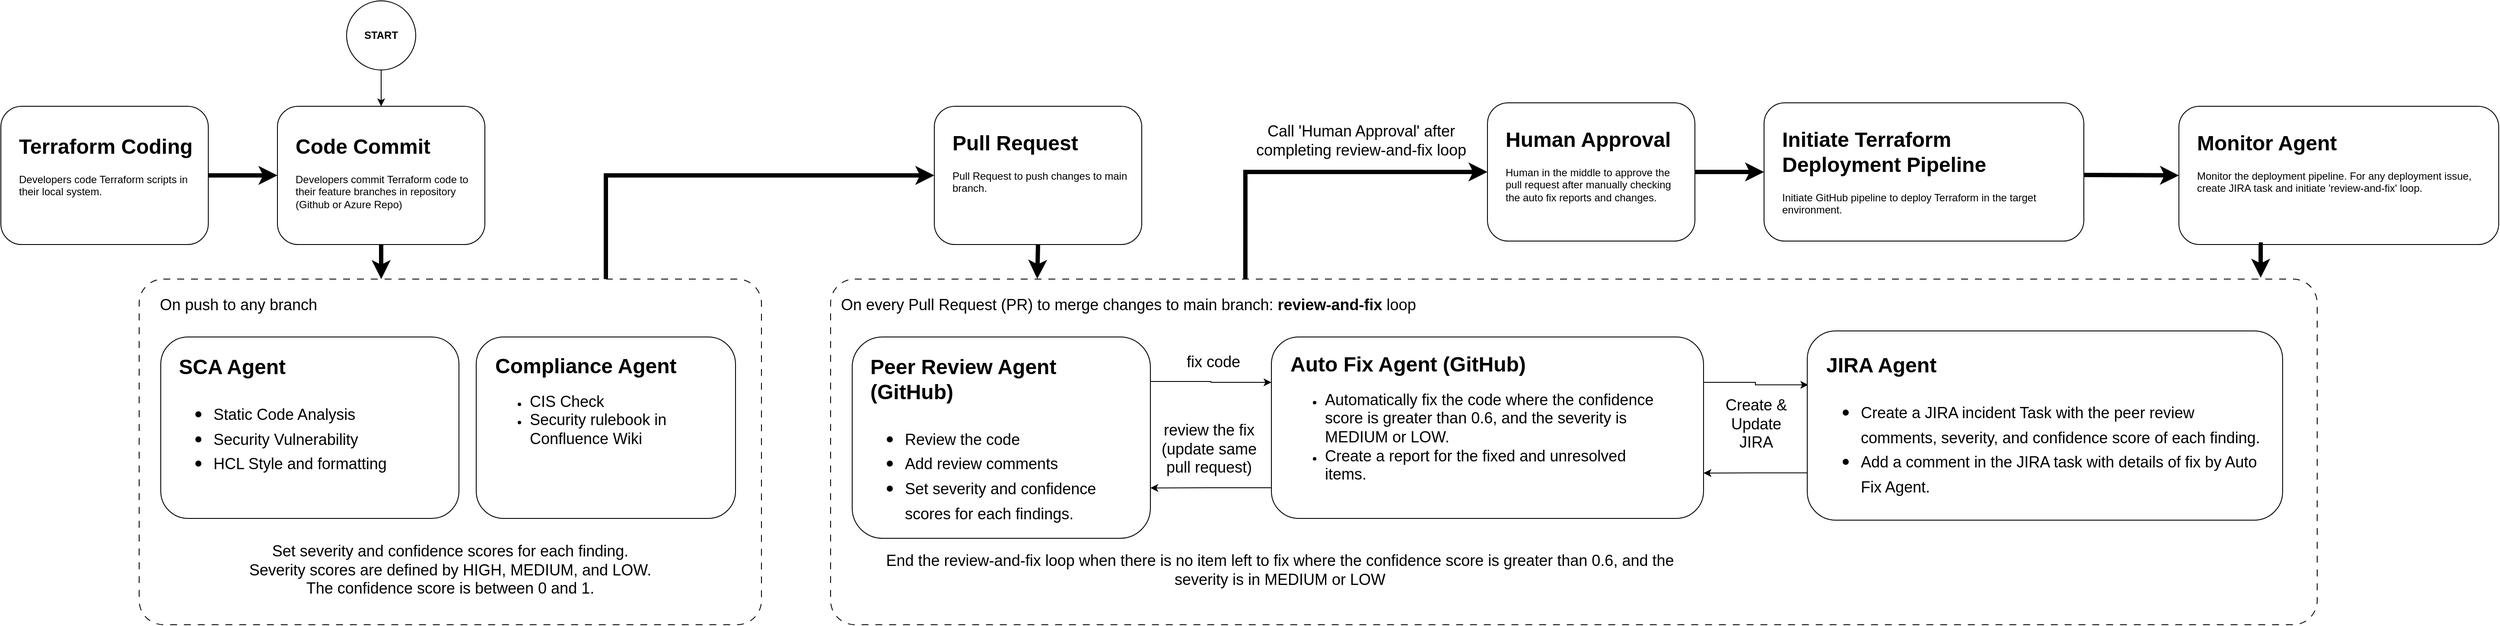
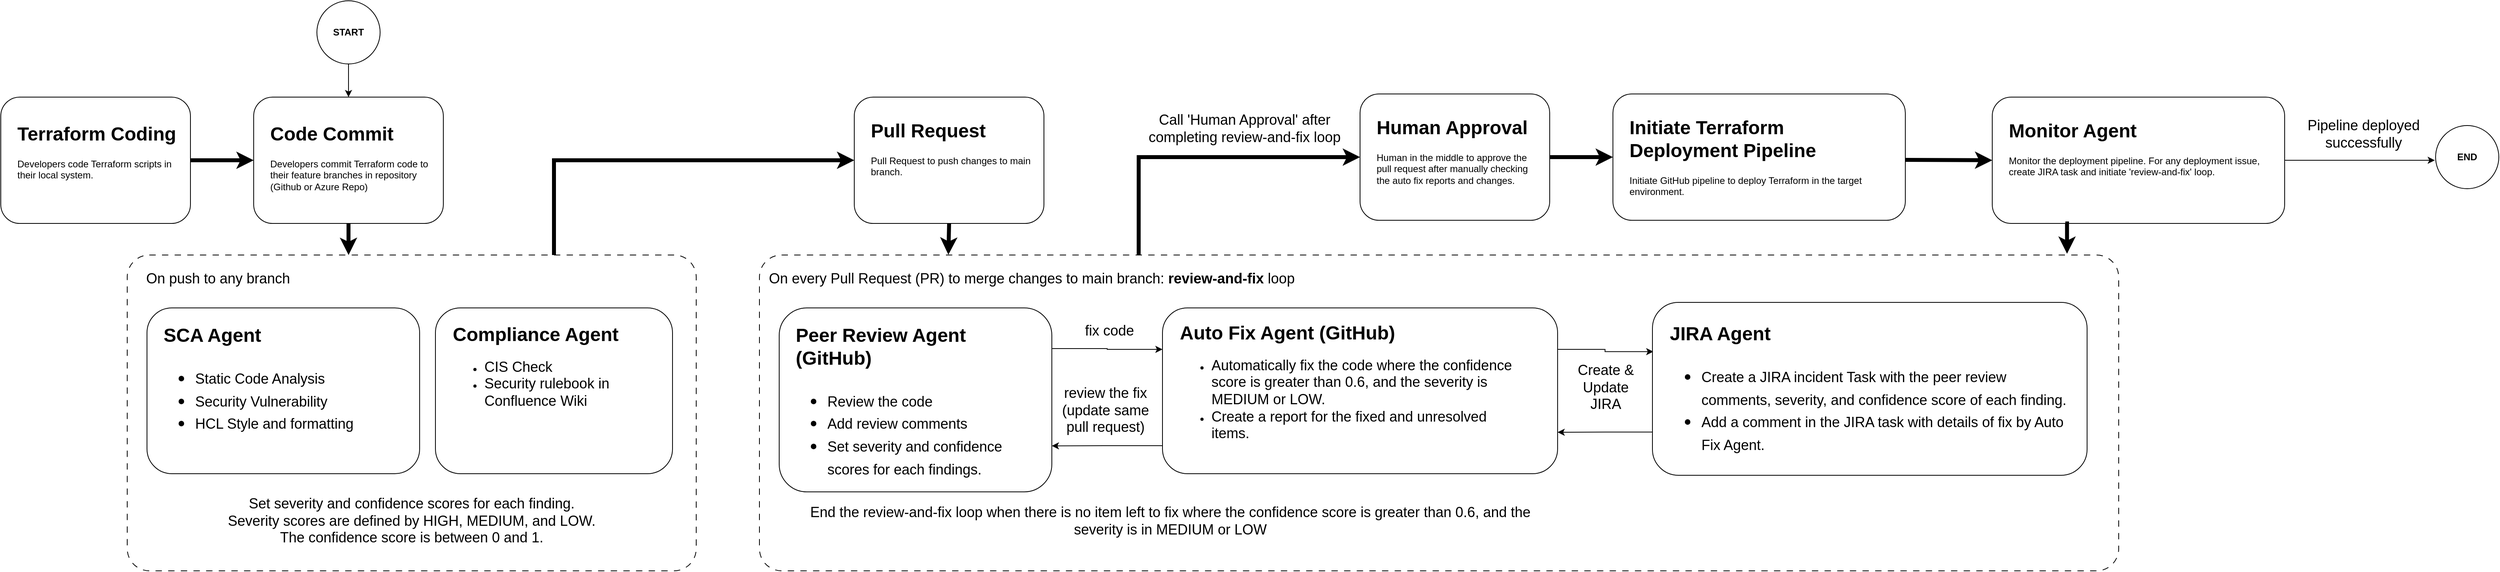
<mxfile host="app.diagrams.net">
  <diagram name="Page-1" id="llQ14HlxIDWXj9B5HY60">
    <mxGraphModel dx="1006" dy="638" grid="1" gridSize="10" guides="1" tooltips="1" connect="1" arrows="1" fold="1" page="1" pageScale="1" pageWidth="850" pageHeight="1100" math="0" shadow="0">
      <root>
        <mxCell id="0" />
        <mxCell id="1" parent="0" />
        <mxCell id="IWc9zJM8tDhvkjJ2dRjy-13" edge="1" parent="1" source="IWc9zJM8tDhvkjJ2dRjy-5" style="edgeStyle=orthogonalEdgeStyle;rounded=0;orthogonalLoop=1;jettySize=auto;html=1;entryX=0;entryY=0.5;entryDx=0;entryDy=0;exitX=0.75;exitY=0;exitDx=0;exitDy=0;strokeWidth=5;" target="IWc9zJM8tDhvkjJ2dRjy-1">
          <mxGeometry relative="1" as="geometry" />
        </mxCell>
        <mxCell id="oJW8UGhNAXkty13G2p3x-1" parent="1" style="rounded=1;whiteSpace=wrap;html=1;" value="" vertex="1">
          <mxGeometry height="160" width="240" x="440" y="200" as="geometry" />
        </mxCell>
        <mxCell id="oJW8UGhNAXkty13G2p3x-3" parent="1" style="text;html=1;whiteSpace=wrap;overflow=hidden;rounded=0;" value="&lt;h1 style=&quot;margin-top: 0px;&quot;&gt;Code Commit&lt;/h1&gt;&lt;p&gt;Developers commit Terraform code to their feature branches in repository (Github or Azure Repo)&lt;/p&gt;" vertex="1">
          <mxGeometry height="100" width="210" x="459" y="226" as="geometry" />
        </mxCell>
        <mxCell id="IWc9zJM8tDhvkjJ2dRjy-35" edge="1" parent="1" source="IWc9zJM8tDhvkjJ2dRjy-14" style="edgeStyle=orthogonalEdgeStyle;rounded=0;orthogonalLoop=1;jettySize=auto;html=1;entryX=0;entryY=0.5;entryDx=0;entryDy=0;exitX=0.279;exitY=0.025;exitDx=0;exitDy=0;exitPerimeter=0;strokeWidth=5;" target="IWc9zJM8tDhvkjJ2dRjy-33">
          <mxGeometry relative="1" as="geometry">
            <Array as="points">
              <mxPoint x="1560" y="276" />
            </Array>
          </mxGeometry>
        </mxCell>
        <mxCell id="IWc9zJM8tDhvkjJ2dRjy-1" parent="1" style="rounded=1;whiteSpace=wrap;html=1;" value="" vertex="1">
          <mxGeometry height="160" width="240" x="1200" y="200" as="geometry" />
        </mxCell>
        <mxCell id="IWc9zJM8tDhvkjJ2dRjy-2" parent="1" style="text;html=1;whiteSpace=wrap;overflow=hidden;rounded=0;" value="&lt;h1 style=&quot;margin-top: 0px;&quot;&gt;Pull Request&lt;/h1&gt;&lt;p&gt;Pull Request to push changes to main branch.&lt;/p&gt;" vertex="1">
          <mxGeometry height="100" width="210" x="1219" y="222" as="geometry" />
        </mxCell>
        <mxCell id="IWc9zJM8tDhvkjJ2dRjy-12" edge="1" parent="1" source="IWc9zJM8tDhvkjJ2dRjy-3" style="edgeStyle=orthogonalEdgeStyle;rounded=0;orthogonalLoop=1;jettySize=auto;html=1;exitX=1;exitY=0.5;exitDx=0;exitDy=0;entryX=0;entryY=0.5;entryDx=0;entryDy=0;strokeWidth=5;" target="oJW8UGhNAXkty13G2p3x-1">
          <mxGeometry relative="1" as="geometry" />
        </mxCell>
        <mxCell id="IWc9zJM8tDhvkjJ2dRjy-3" parent="1" style="rounded=1;whiteSpace=wrap;html=1;" value="" vertex="1">
          <mxGeometry height="160" width="240" x="120" y="200" as="geometry" />
        </mxCell>
        <mxCell id="IWc9zJM8tDhvkjJ2dRjy-4" parent="1" style="text;html=1;whiteSpace=wrap;overflow=hidden;rounded=0;" value="&lt;h1 style=&quot;margin-top: 0px;&quot;&gt;Terraform Coding&lt;/h1&gt;&lt;p&gt;Developers code Terraform scripts in their local system.&lt;/p&gt;" vertex="1">
          <mxGeometry height="100" width="210" x="139" y="226" as="geometry" />
        </mxCell>
        <mxCell id="IWc9zJM8tDhvkjJ2dRjy-5" parent="1" style="rounded=1;whiteSpace=wrap;html=1;arcSize=7;dashed=1;dashPattern=8 8;" value="" vertex="1">
          <mxGeometry height="400" width="720" x="280" y="400" as="geometry" />
        </mxCell>
        <mxCell id="IWc9zJM8tDhvkjJ2dRjy-6" parent="1" style="text;html=1;whiteSpace=wrap;strokeColor=none;fillColor=none;align=center;verticalAlign=middle;rounded=0;" value="&lt;font style=&quot;font-size: 18px;&quot;&gt;On push to any branch&lt;/font&gt;" vertex="1">
          <mxGeometry height="30" width="210" x="290" y="415" as="geometry" />
        </mxCell>
        <mxCell id="IWc9zJM8tDhvkjJ2dRjy-7" parent="1" style="rounded=1;whiteSpace=wrap;html=1;" value="" vertex="1">
          <mxGeometry height="210" width="345" x="305" y="467" as="geometry" />
        </mxCell>
        <mxCell id="IWc9zJM8tDhvkjJ2dRjy-8" parent="1" style="text;html=1;whiteSpace=wrap;overflow=hidden;rounded=0;" value="&lt;h1 style=&quot;margin-top: 0px;&quot;&gt;SCA Agent&lt;/h1&gt;&lt;h1 style=&quot;margin-top: 0px;&quot;&gt;&lt;p style=&quot;font-size: 12px; font-weight: 400;&quot;&gt;&lt;/p&gt;&lt;ul&gt;&lt;li&gt;&lt;span style=&quot;font-size: 18px; font-weight: normal;&quot;&gt;Static Code Analysis&lt;/span&gt;&lt;/li&gt;&lt;li&gt;&lt;span style=&quot;font-size: 18px; font-weight: normal;&quot;&gt;Security Vulnerability&lt;/span&gt;&lt;/li&gt;&lt;li&gt;&lt;span style=&quot;font-size: 18px; font-weight: normal;&quot;&gt;HCL Style and formatting&lt;/span&gt;&lt;/li&gt;&lt;/ul&gt;&lt;p&gt;&lt;/p&gt;&lt;/h1&gt;" vertex="1">
          <mxGeometry height="183" width="306" x="324" y="481" as="geometry" />
        </mxCell>
        <mxCell id="IWc9zJM8tDhvkjJ2dRjy-9" parent="1" style="rounded=1;whiteSpace=wrap;html=1;" value="" vertex="1">
          <mxGeometry height="210" width="300" x="670" y="467" as="geometry" />
        </mxCell>
        <mxCell id="IWc9zJM8tDhvkjJ2dRjy-10" parent="1" style="text;html=1;whiteSpace=wrap;overflow=hidden;rounded=0;" value="&lt;h1 style=&quot;margin-top: 0px;&quot;&gt;Compliance Agent&lt;/h1&gt;&lt;p&gt;&lt;/p&gt;&lt;ul&gt;&lt;li&gt;&lt;span style=&quot;font-size: 18px;&quot;&gt;CIS Check&lt;/span&gt;&lt;/li&gt;&lt;li&gt;&lt;span style=&quot;font-size: 18px;&quot;&gt;Security rulebook in Confluence Wiki&lt;/span&gt;&lt;/li&gt;&lt;/ul&gt;&lt;p&gt;&lt;/p&gt;" vertex="1">
          <mxGeometry height="180" width="269" x="690" y="480" as="geometry" />
        </mxCell>
        <mxCell id="IWc9zJM8tDhvkjJ2dRjy-11" edge="1" parent="1" source="oJW8UGhNAXkty13G2p3x-1" style="edgeStyle=orthogonalEdgeStyle;rounded=0;orthogonalLoop=1;jettySize=auto;html=1;exitX=0.5;exitY=1;exitDx=0;exitDy=0;entryX=0.389;entryY=0;entryDx=0;entryDy=0;entryPerimeter=0;strokeWidth=5;" target="IWc9zJM8tDhvkjJ2dRjy-5">
          <mxGeometry relative="1" as="geometry" />
        </mxCell>
        <mxCell id="IWc9zJM8tDhvkjJ2dRjy-14" parent="1" style="rounded=1;whiteSpace=wrap;html=1;arcSize=7;dashed=1;dashPattern=8 8;" value="" vertex="1">
          <mxGeometry height="400" width="1720" x="1080" y="400" as="geometry" />
        </mxCell>
        <mxCell id="IWc9zJM8tDhvkjJ2dRjy-15" parent="1" style="text;html=1;whiteSpace=wrap;strokeColor=none;fillColor=none;align=left;verticalAlign=middle;rounded=0;" value="&lt;font style=&quot;font-size: 18px;&quot;&gt;On every Pull Request (PR) to merge changes to main branch: &lt;b&gt;review-and-fix &lt;/b&gt;loop&lt;/font&gt;" vertex="1">
          <mxGeometry height="30" width="740" x="1090" y="415" as="geometry" />
        </mxCell>
        <mxCell id="IWc9zJM8tDhvkjJ2dRjy-22" edge="1" parent="1" source="IWc9zJM8tDhvkjJ2dRjy-16" style="edgeStyle=orthogonalEdgeStyle;rounded=0;orthogonalLoop=1;jettySize=auto;html=1;exitX=1;exitY=0.221;exitDx=0;exitDy=0;entryX=0;entryY=0.25;entryDx=0;entryDy=0;exitPerimeter=0;" target="IWc9zJM8tDhvkjJ2dRjy-18">
          <mxGeometry relative="1" as="geometry" />
        </mxCell>
        <mxCell id="IWc9zJM8tDhvkjJ2dRjy-16" parent="1" style="rounded=1;whiteSpace=wrap;html=1;" value="" vertex="1">
          <mxGeometry height="233" width="345" x="1105" y="467" as="geometry" />
        </mxCell>
        <mxCell id="IWc9zJM8tDhvkjJ2dRjy-17" parent="1" style="text;html=1;whiteSpace=wrap;overflow=hidden;rounded=0;" value="&lt;h1 style=&quot;margin-top: 0px;&quot;&gt;Peer Review Agent (GitHub)&lt;/h1&gt;&lt;h1 style=&quot;margin-top: 0px;&quot;&gt;&lt;p style=&quot;font-size: 12px; font-weight: 400;&quot;&gt;&lt;/p&gt;&lt;ul&gt;&lt;li&gt;&lt;span style=&quot;font-size: 18px; font-weight: 400;&quot;&gt;Review the code&lt;/span&gt;&lt;/li&gt;&lt;li&gt;&lt;span style=&quot;font-size: 18px; font-weight: 400;&quot;&gt;Add review comments&lt;/span&gt;&lt;/li&gt;&lt;li&gt;&lt;span style=&quot;font-size: 18px; font-weight: 400;&quot;&gt;Set severity and confidence scores for each findings.&lt;/span&gt;&lt;/li&gt;&lt;/ul&gt;&lt;p&gt;&lt;/p&gt;&lt;/h1&gt;" vertex="1">
          <mxGeometry height="209" width="306" x="1124" y="481" as="geometry" />
        </mxCell>
        <mxCell id="IWc9zJM8tDhvkjJ2dRjy-23" edge="1" parent="1" source="IWc9zJM8tDhvkjJ2dRjy-18" style="edgeStyle=orthogonalEdgeStyle;rounded=0;orthogonalLoop=1;jettySize=auto;html=1;exitX=0;exitY=0.831;exitDx=0;exitDy=0;entryX=1;entryY=0.75;entryDx=0;entryDy=0;exitPerimeter=0;" target="IWc9zJM8tDhvkjJ2dRjy-16">
          <mxGeometry relative="1" as="geometry" />
        </mxCell>
        <mxCell id="IWc9zJM8tDhvkjJ2dRjy-31" edge="1" parent="1" source="IWc9zJM8tDhvkjJ2dRjy-18" style="edgeStyle=orthogonalEdgeStyle;rounded=0;orthogonalLoop=1;jettySize=auto;html=1;exitX=1;exitY=0.25;exitDx=0;exitDy=0;entryX=0.002;entryY=0.285;entryDx=0;entryDy=0;entryPerimeter=0;" target="IWc9zJM8tDhvkjJ2dRjy-27">
          <mxGeometry relative="1" as="geometry" />
        </mxCell>
        <mxCell id="IWc9zJM8tDhvkjJ2dRjy-18" parent="1" style="rounded=1;whiteSpace=wrap;html=1;" value="" vertex="1">
          <mxGeometry height="210" width="500" x="1590" y="467" as="geometry" />
        </mxCell>
        <mxCell id="IWc9zJM8tDhvkjJ2dRjy-19" parent="1" style="text;html=1;whiteSpace=wrap;overflow=hidden;rounded=0;" value="&lt;h1 style=&quot;margin-top: 0px;&quot;&gt;Auto Fix Agent (GitHub)&lt;/h1&gt;&lt;p&gt;&lt;/p&gt;&lt;ul&gt;&lt;li&gt;&lt;span style=&quot;font-size: 18px;&quot;&gt;Automatically fix the code where the confidence score is greater than 0.6, and the severity is MEDIUM or LOW.&amp;nbsp;&lt;/span&gt;&lt;/li&gt;&lt;li&gt;&lt;span style=&quot;font-size: 18px;&quot;&gt;Create a report for the fixed and unresolved items.&lt;/span&gt;&lt;/li&gt;&lt;/ul&gt;&lt;p&gt;&lt;/p&gt;" vertex="1">
          <mxGeometry height="192" width="440" x="1610" y="478" as="geometry" />
        </mxCell>
        <mxCell id="IWc9zJM8tDhvkjJ2dRjy-20" parent="1" style="text;whiteSpace=wrap;fontSize=18;align=center;" value="Set severity and confidence scores for each finding.&#xa;Severity scores are defined by HIGH, MEDIUM, and LOW.&#xa;The confidence score is between 0 and 1." vertex="1">
          <mxGeometry height="77" width="640" x="320" y="698" as="geometry" />
        </mxCell>
        <mxCell id="IWc9zJM8tDhvkjJ2dRjy-21" edge="1" parent="1" source="IWc9zJM8tDhvkjJ2dRjy-1" style="edgeStyle=orthogonalEdgeStyle;rounded=0;orthogonalLoop=1;jettySize=auto;html=1;exitX=0.5;exitY=1;exitDx=0;exitDy=0;entryX=0.139;entryY=-0.001;entryDx=0;entryDy=0;entryPerimeter=0;strokeWidth=5;" target="IWc9zJM8tDhvkjJ2dRjy-14">
          <mxGeometry relative="1" as="geometry" />
        </mxCell>
        <mxCell id="IWc9zJM8tDhvkjJ2dRjy-24" parent="1" style="text;html=1;whiteSpace=wrap;strokeColor=none;fillColor=none;align=center;verticalAlign=middle;rounded=0;" value="&lt;font style=&quot;font-size: 18px;&quot;&gt;fix code&lt;/font&gt;" vertex="1">
          <mxGeometry height="30" width="82" x="1482" y="481" as="geometry" />
        </mxCell>
        <mxCell id="IWc9zJM8tDhvkjJ2dRjy-25" parent="1" style="text;html=1;whiteSpace=wrap;strokeColor=none;fillColor=none;align=center;verticalAlign=middle;rounded=0;" value="&lt;font style=&quot;font-size: 18px;&quot;&gt;review the fix (update same pull request)&lt;/font&gt;" vertex="1">
          <mxGeometry height="67" width="120" x="1458" y="563" as="geometry" />
        </mxCell>
        <mxCell id="IWc9zJM8tDhvkjJ2dRjy-26" parent="1" style="text;html=1;whiteSpace=wrap;strokeColor=none;fillColor=none;align=center;verticalAlign=middle;rounded=0;" value="&lt;font style=&quot;font-size: 18px;&quot;&gt;End the review-and-fix loop when there is no item left to fix where the confidence score is greater than 0.6, and the severity is in MEDIUM or LOW&lt;/font&gt;" vertex="1">
          <mxGeometry height="50" width="980" x="1110" y="711.5" as="geometry" />
        </mxCell>
        <mxCell id="IWc9zJM8tDhvkjJ2dRjy-30" edge="1" parent="1" source="IWc9zJM8tDhvkjJ2dRjy-27" style="edgeStyle=orthogonalEdgeStyle;rounded=0;orthogonalLoop=1;jettySize=auto;html=1;exitX=0;exitY=0.75;exitDx=0;exitDy=0;entryX=1;entryY=0.75;entryDx=0;entryDy=0;" target="IWc9zJM8tDhvkjJ2dRjy-18">
          <mxGeometry relative="1" as="geometry" />
        </mxCell>
        <mxCell id="IWc9zJM8tDhvkjJ2dRjy-27" parent="1" style="rounded=1;whiteSpace=wrap;html=1;" value="" vertex="1">
          <mxGeometry height="219" width="550" x="2210" y="460" as="geometry" />
        </mxCell>
        <mxCell id="IWc9zJM8tDhvkjJ2dRjy-28" parent="1" style="text;html=1;whiteSpace=wrap;overflow=hidden;rounded=0;" value="&lt;h1 style=&quot;margin-top: 0px;&quot;&gt;JIRA Agent&lt;/h1&gt;&lt;h1 style=&quot;margin-top: 0px;&quot;&gt;&lt;p style=&quot;font-size: 12px; font-weight: 400;&quot;&gt;&lt;/p&gt;&lt;ul&gt;&lt;li&gt;&lt;span style=&quot;font-size: 18px; font-weight: 400;&quot;&gt;Create a JIRA incident Task with the peer review comments, severity, and confidence score of each finding.&lt;/span&gt;&lt;/li&gt;&lt;li&gt;&lt;span style=&quot;font-size: 18px; font-weight: 400;&quot;&gt;Add a comment in the JIRA task with details of fix by Auto Fix Agent.&lt;/span&gt;&lt;/li&gt;&lt;/ul&gt;&lt;p&gt;&lt;/p&gt;&lt;/h1&gt;" vertex="1">
          <mxGeometry height="191" width="510" x="2230" y="479" as="geometry" />
        </mxCell>
        <mxCell id="IWc9zJM8tDhvkjJ2dRjy-32" parent="1" style="text;html=1;whiteSpace=wrap;strokeColor=none;fillColor=none;align=center;verticalAlign=middle;rounded=0;" value="&lt;font style=&quot;font-size: 18px;&quot;&gt;Create &amp;amp; Update JIRA&lt;/font&gt;" vertex="1">
          <mxGeometry height="57.5" width="102" x="2100" y="539" as="geometry" />
        </mxCell>
        <mxCell id="IWc9zJM8tDhvkjJ2dRjy-39" edge="1" parent="1" source="IWc9zJM8tDhvkjJ2dRjy-33" style="edgeStyle=orthogonalEdgeStyle;rounded=0;orthogonalLoop=1;jettySize=auto;html=1;exitX=1;exitY=0.5;exitDx=0;exitDy=0;entryX=0;entryY=0.5;entryDx=0;entryDy=0;strokeWidth=5;" target="IWc9zJM8tDhvkjJ2dRjy-37">
          <mxGeometry relative="1" as="geometry" />
        </mxCell>
        <mxCell id="IWc9zJM8tDhvkjJ2dRjy-33" parent="1" style="rounded=1;whiteSpace=wrap;html=1;" value="" vertex="1">
          <mxGeometry height="160" width="240" x="1840" y="196" as="geometry" />
        </mxCell>
        <mxCell id="IWc9zJM8tDhvkjJ2dRjy-34" parent="1" style="text;html=1;whiteSpace=wrap;overflow=hidden;rounded=0;" value="&lt;h1 style=&quot;margin-top: 0px;&quot;&gt;Human Approval&lt;/h1&gt;&lt;p&gt;Human in the middle to approve the pull request after manually checking the auto fix reports and changes.&amp;nbsp;&lt;/p&gt;" vertex="1">
          <mxGeometry height="100" width="210" x="1859" y="218" as="geometry" />
        </mxCell>
        <mxCell id="IWc9zJM8tDhvkjJ2dRjy-36" parent="1" style="text;html=1;whiteSpace=wrap;strokeColor=none;fillColor=none;align=center;verticalAlign=middle;rounded=0;" value="&lt;font style=&quot;font-size: 18px;&quot;&gt;Call &#39;Human Approval&#39; after completing review-and-fix loop&lt;/font&gt;" vertex="1">
          <mxGeometry height="60" width="248" x="1570" y="210" as="geometry" />
        </mxCell>
        <mxCell id="IWc9zJM8tDhvkjJ2dRjy-37" parent="1" style="rounded=1;whiteSpace=wrap;html=1;" value="" vertex="1">
          <mxGeometry height="160" width="370" x="2160" y="196" as="geometry" />
        </mxCell>
        <mxCell id="IWc9zJM8tDhvkjJ2dRjy-38" parent="1" style="text;html=1;whiteSpace=wrap;overflow=hidden;rounded=0;" value="&lt;h1 style=&quot;margin-top: 0px;&quot;&gt;Initiate Terraform Deployment Pipeline&lt;/h1&gt;&lt;p&gt;Initiate GitHub pipeline to deploy Terraform in the target environment.&amp;nbsp;&amp;nbsp;&lt;/p&gt;" vertex="1">
          <mxGeometry height="112" width="341" x="2179" y="218" as="geometry" />
        </mxCell>
        <mxCell id="IWc9zJM8tDhvkjJ2dRjy-41" edge="1" parent="1" source="IWc9zJM8tDhvkjJ2dRjy-40" style="edgeStyle=orthogonalEdgeStyle;rounded=0;orthogonalLoop=1;jettySize=auto;html=1;exitX=0.5;exitY=1;exitDx=0;exitDy=0;entryX=0.5;entryY=0;entryDx=0;entryDy=0;" target="oJW8UGhNAXkty13G2p3x-1">
          <mxGeometry relative="1" as="geometry" />
        </mxCell>
        <mxCell id="IWc9zJM8tDhvkjJ2dRjy-40" parent="1" style="ellipse;whiteSpace=wrap;html=1;aspect=fixed;fontStyle=1" value="START" vertex="1">
          <mxGeometry height="80" width="80" x="520" y="78" as="geometry" />
        </mxCell>
+         <mxCell id="IWc9zJM8tDhvkjJ2dRjy-47" edge="1" parent="1" source="IWc9zJM8tDhvkjJ2dRjy-42" style="edgeStyle=orthogonalEdgeStyle;rounded=0;orthogonalLoop=1;jettySize=auto;html=1;exitX=1;exitY=0.5;exitDx=0;exitDy=0;">
+           <mxGeometry relative="1" as="geometry">
+             <mxPoint x="3200" y="280" as="targetPoint" />
+           </mxGeometry>
+         </mxCell>
        <mxCell id="IWc9zJM8tDhvkjJ2dRjy-42" parent="1" style="rounded=1;whiteSpace=wrap;html=1;" value="" vertex="1">
          <mxGeometry height="160" width="370" x="2640" y="200" as="geometry" />
        </mxCell>
        <mxCell id="IWc9zJM8tDhvkjJ2dRjy-43" parent="1" style="text;html=1;whiteSpace=wrap;overflow=hidden;rounded=0;" value="&lt;h1 style=&quot;margin-top: 0px;&quot;&gt;Monitor Agent&lt;/h1&gt;&lt;p&gt;Monitor the deployment pipeline.&amp;nbsp;&lt;span style=&quot;background-color: transparent; color: light-dark(rgb(0, 0, 0), rgb(255, 255, 255));&quot;&gt;F&lt;/span&gt;&lt;span style=&quot;background-color: transparent; color: light-dark(rgb(0, 0, 0), rgb(255, 255, 255));&quot;&gt;or any deployment issue, create JIRA task and initiate &#39;review-and-fix&#39; loop.&lt;/span&gt;&lt;/p&gt;" vertex="1">
          <mxGeometry height="112" width="341" x="2659" y="222" as="geometry" />
        </mxCell>
        <mxCell id="IWc9zJM8tDhvkjJ2dRjy-44" edge="1" parent="1" style="edgeStyle=orthogonalEdgeStyle;rounded=0;orthogonalLoop=1;jettySize=auto;html=1;exitX=1;exitY=0.5;exitDx=0;exitDy=0;entryX=0;entryY=0.5;entryDx=0;entryDy=0;strokeWidth=5;" target="IWc9zJM8tDhvkjJ2dRjy-42">
          <mxGeometry relative="1" as="geometry">
            <mxPoint x="2530" y="279.5" as="sourcePoint" />
            <mxPoint x="2610" y="279.5" as="targetPoint" />
          </mxGeometry>
        </mxCell>
        <mxCell id="IWc9zJM8tDhvkjJ2dRjy-45" edge="1" parent="1" source="IWc9zJM8tDhvkjJ2dRjy-42" style="edgeStyle=orthogonalEdgeStyle;rounded=0;orthogonalLoop=1;jettySize=auto;html=1;exitX=0.25;exitY=1;exitDx=0;exitDy=0;entryX=0.962;entryY=-0.004;entryDx=0;entryDy=0;entryPerimeter=0;strokeWidth=5;" target="IWc9zJM8tDhvkjJ2dRjy-14">
          <mxGeometry relative="1" as="geometry" />
        </mxCell>
+         <mxCell id="IWc9zJM8tDhvkjJ2dRjy-46" parent="1" style="ellipse;whiteSpace=wrap;html=1;aspect=fixed;fontStyle=1" value="END" vertex="1">
+           <mxGeometry height="80" width="80" x="3201" y="236" as="geometry" />
+         </mxCell>
+         <mxCell id="IWc9zJM8tDhvkjJ2dRjy-48" parent="1" style="text;html=1;whiteSpace=wrap;strokeColor=none;fillColor=none;align=center;verticalAlign=middle;rounded=0;" value="&lt;font style=&quot;font-size: 18px;&quot;&gt;Pipeline deployed successfully&lt;/font&gt;" vertex="1">
+           <mxGeometry height="57.5" width="160" x="3030" y="218" as="geometry" />
+         </mxCell>
      </root>
    </mxGraphModel>
  </diagram>
</mxfile>
